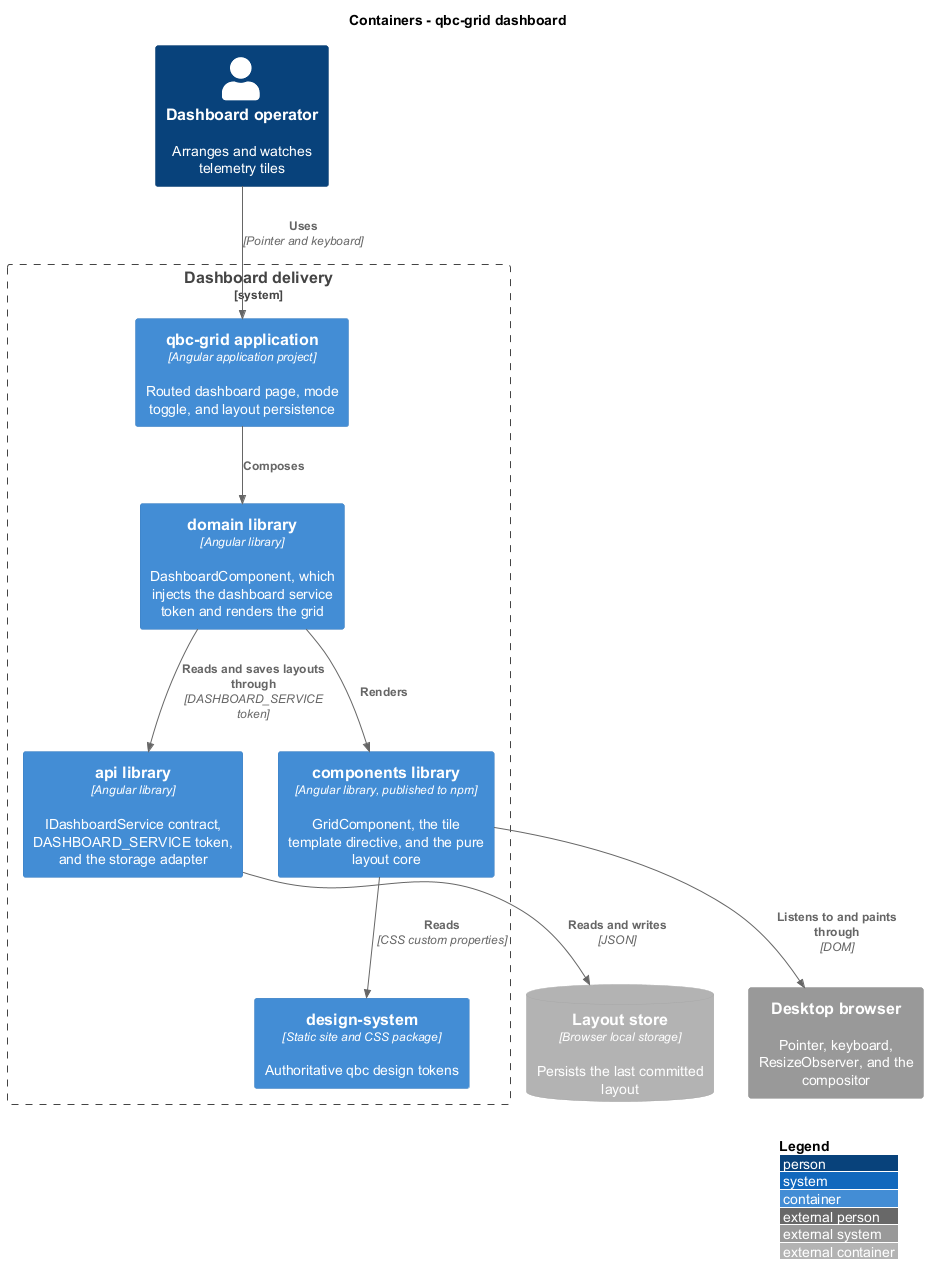
QuinntyneBrown/qbc-grid keeps this PlantUML diagram as docs/detailed-designs/diagrams/c4-container.png. Above is the earlier version.
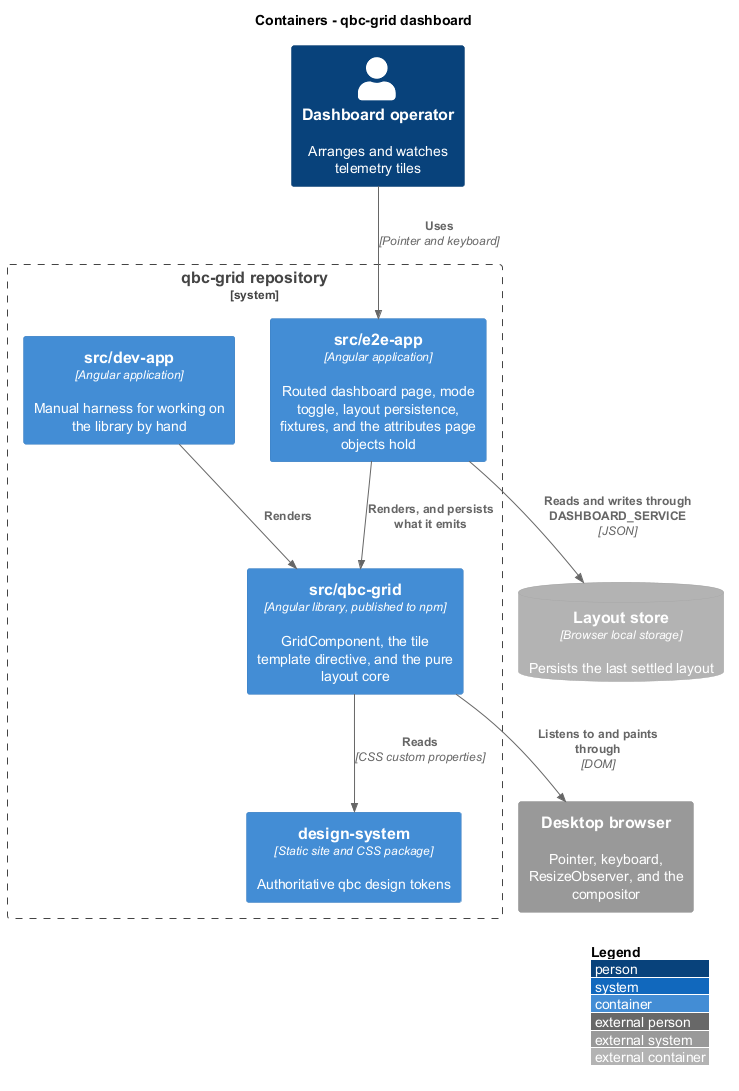
After the change.

What changed in the source:
```diff
@@ -5,22 +5,20 @@
 
 Person(operator, "Dashboard operator", "Arranges and watches telemetry tiles")
 
-System_Boundary(system, "Dashboard delivery") {
-  Container(app, "qbc-grid application", "Angular application project", "Routed dashboard page, mode toggle, and layout persistence")
-  Container(domain, "domain library", "Angular library", "DashboardComponent, which injects the dashboard service token and renders the grid")
-  Container(api, "api library", "Angular library", "IDashboardService contract, DASHBOARD_SERVICE token, and the storage adapter")
-  Container(components, "components library", "Angular library, published to npm", "GridComponent, the tile template directive, and the pure layout core")
+System_Boundary(system, "qbc-grid repository") {
+  Container(lib, "src/qbc-grid", "Angular library, published to npm", "GridComponent, the tile template directive, and the pure layout core")
+  Container(e2eapp, "src/e2e-app", "Angular application", "Routed dashboard page, mode toggle, layout persistence, fixtures, and the attributes page objects hold")
+  Container(devapp, "src/dev-app", "Angular application", "Manual harness for working on the library by hand")
   Container(tokens, "design-system", "Static site and CSS package", "Authoritative qbc design tokens")
 }
 
 System_Ext(browser, "Desktop browser", "Pointer, keyboard, ResizeObserver, and the compositor")
-ContainerDb_Ext(store, "Layout store", "Browser local storage", "Persists the last committed layout")
+ContainerDb_Ext(store, "Layout store", "Browser local storage", "Persists the last settled layout")
 
-Rel(operator, app, "Uses", "Pointer and keyboard")
-Rel(app, domain, "Composes")
-Rel(domain, api, "Reads and saves layouts through", "DASHBOARD_SERVICE token")
-Rel(domain, components, "Renders")
-Rel(api, store, "Reads and writes", "JSON")
-Rel(components, tokens, "Reads", "CSS custom properties")
-Rel(components, browser, "Listens to and paints through", "DOM")
+Rel(operator, e2eapp, "Uses", "Pointer and keyboard")
+Rel(e2eapp, lib, "Renders, and persists what it emits")
+Rel(devapp, lib, "Renders")
+Rel(e2eapp, store, "Reads and writes through DASHBOARD_SERVICE", "JSON")
+Rel(lib, tokens, "Reads", "CSS custom properties")
+Rel(lib, browser, "Listens to and paints through", "DOM")
 @enduml
```
